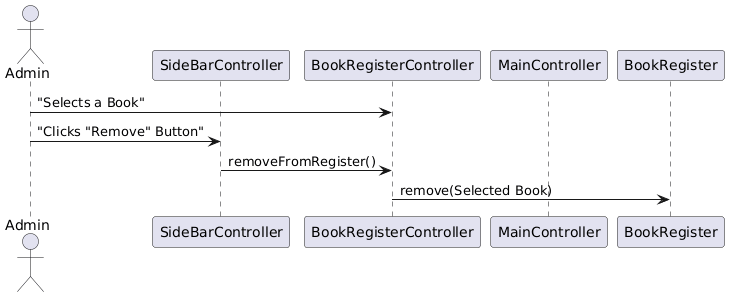
Above: docs/Sequence Diagrams/BookInteractions/Remove/BookRemove.png in cwke/LibraryManager (PlantUML), before the change.
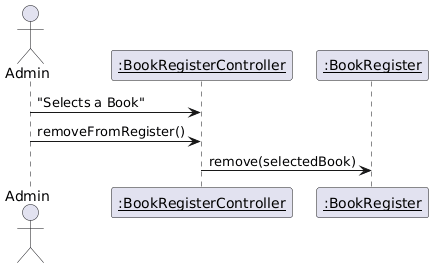
After the change.

What changed in the source:
```diff
@@ -1,16 +1,11 @@
 @startuml
-
-
 
 actor Admin
 
-participant SideBarController
-participant BookRegisterController
-participant MainController
-participant BookRegister
+participant "<u>:BookRegisterController" as BookRegisterController
+participant "<u>:BookRegister" as BookRegister
 
 Admin -> BookRegisterController : "Selects a Book"
-Admin -> SideBarController : "Clicks "Remove" Button"
-SideBarController -> BookRegisterController : removeFromRegister()
-BookRegisterController -> BookRegister : remove(Selected Book)
+Admin -> BookRegisterController : removeFromRegister()
+BookRegisterController -> BookRegister : remove(selectedBook)
 @enduml
```
